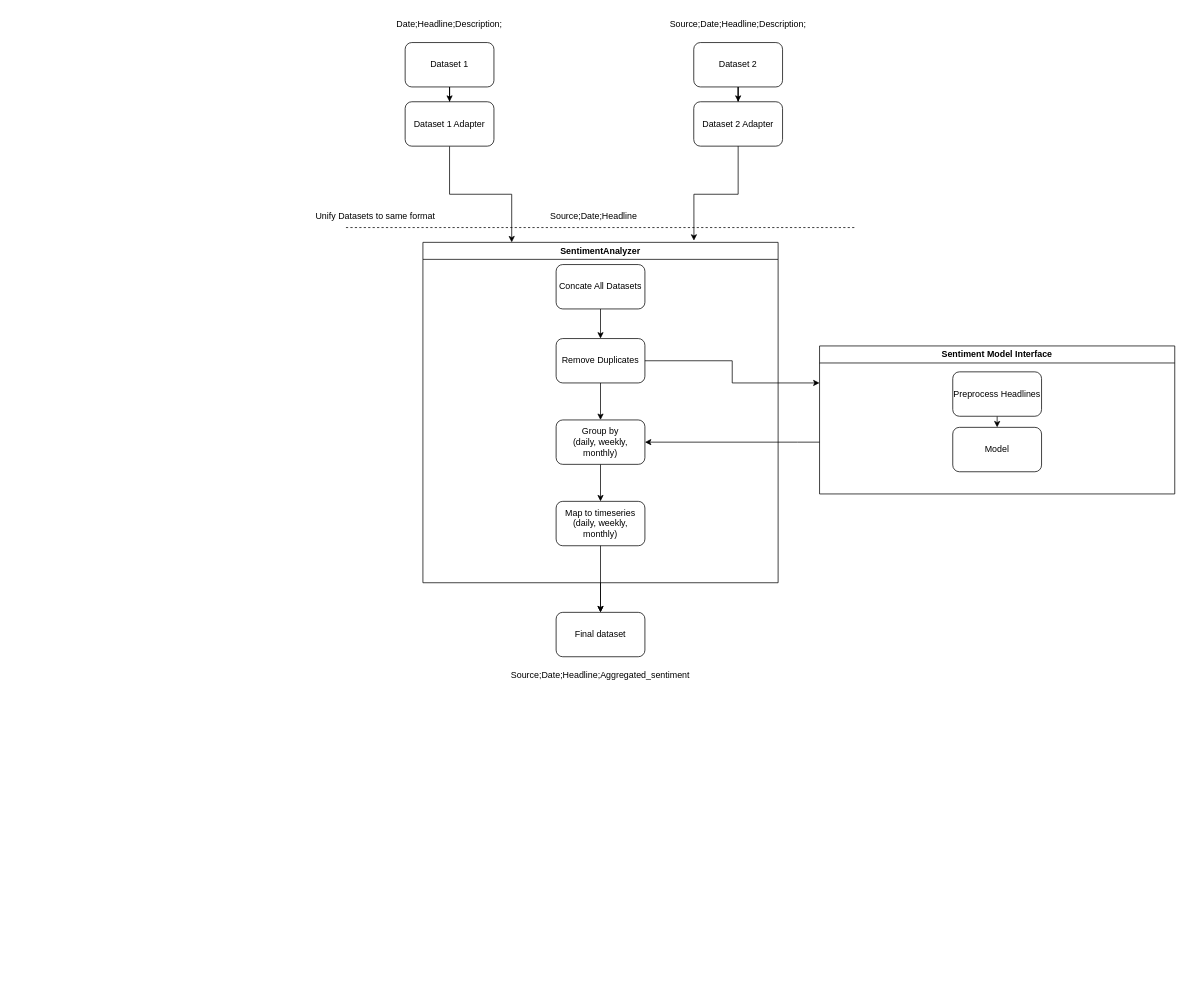
Above: FlowDiagram.drawio in Davidhoechtl/MAI_FinancialForecasting (draw.io), before the change. Source tidied: cells renumbered, new cells numbered last; positions are measured from the earlier drawing's top-left corner, leaving out a move shared by most shapes. Both pictures are drawn from the tidied source at 74%, with x=0, y=0 at pixel (301, 13).
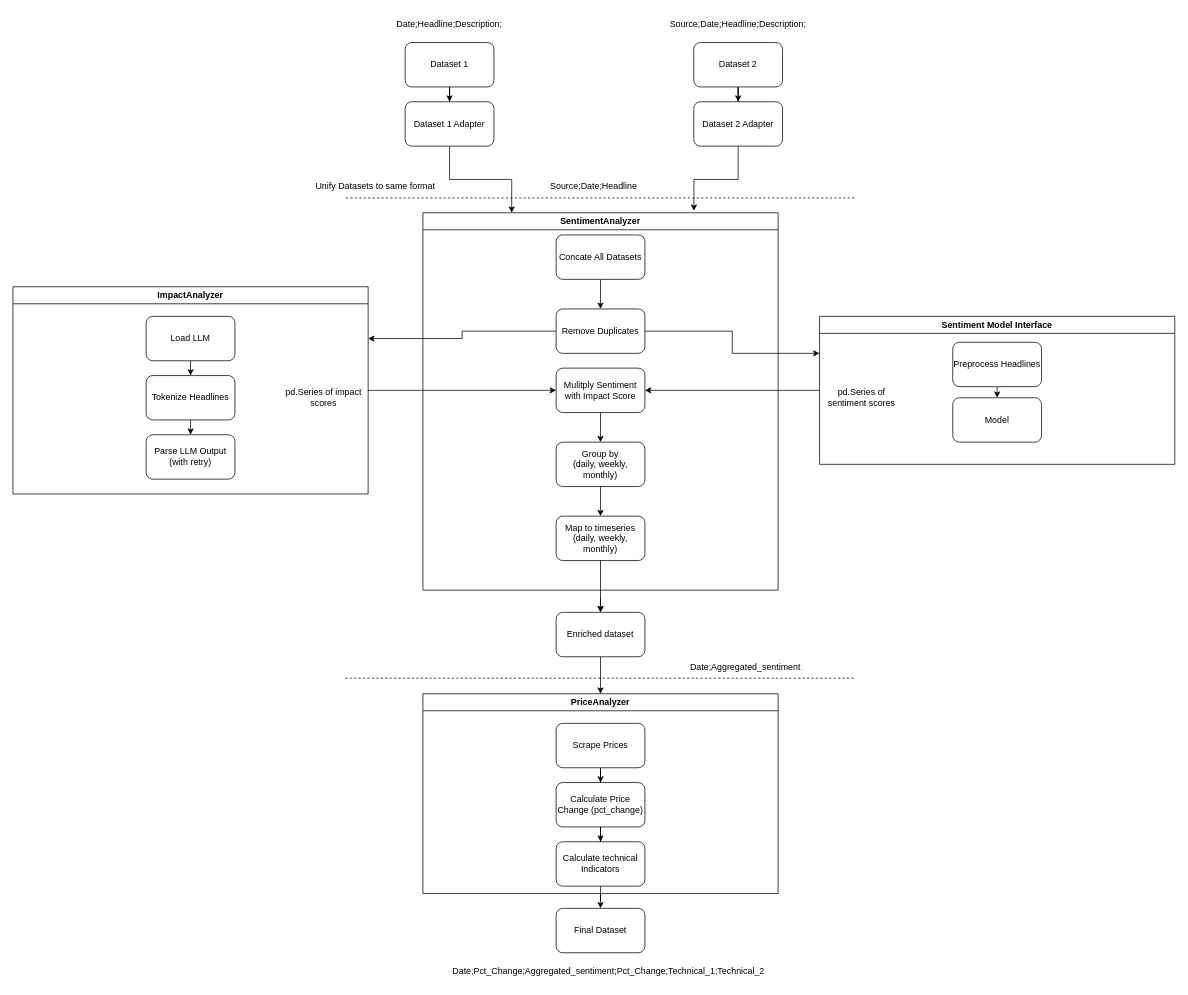
After the change.

The change refers to these unchanged cells:
```xml
<mxCell id="19" value="Remove Duplicates" style="rounded=1;whiteSpace=wrap;html=1;" parent="15" vertex="1">
  <mxGeometry x="180" y="130" width="120" height="60" as="geometry" />
</mxCell>
```

What changed in the source:
```diff
@@
     <mxCell id="10" style="endArrow=none;dashed=1;html=1;rounded=0;" parent="1" edge="1">
       <mxGeometry relative="1" as="geometry">
-        <mxPoint x="60" y="290" as="sourcePoint" />
-        <mxPoint x="750" y="290" as="targetPoint" />
+        <mxPoint x="60" y="250" as="sourcePoint" />
+        <mxPoint x="750" y="250" as="targetPoint" />
       </mxGeometry>
     </mxCell>
     <mxCell id="11" value="Unify Datasets to same format" style="text;html=1;whiteSpace=wrap;strokeColor=none;fillColor=none;align=center;verticalAlign=middle;rounded=0;" parent="1" vertex="1">
-      <mxGeometry y="260" width="200" height="30" as="geometry" />
+      <mxGeometry y="220" width="200" height="30" as="geometry" />
     </mxCell>
     <mxCell id="12" value="Source;Date;Headline" style="text;html=1;whiteSpace=wrap;strokeColor=none;fillColor=none;align=center;verticalAlign=middle;rounded=0;" parent="1" vertex="1">
-      <mxGeometry x="300" y="260" width="190" height="30" as="geometry" />
+      <mxGeometry x="300" y="220" width="190" height="30" as="geometry" />
     </mxCell>
@@
-    <mxCell id="14" style="edgeStyle=orthogonalEdgeStyle;rounded=0;jettySize=auto;html=1;entryX=0.5;entryY=0;entryDx=0;entryDy=0;" parent="1" edge="1" source="15" target="23">
-      <mxGeometry relative="1" as="geometry" />
+    <mxCell id="14" style="edgeStyle=orthogonalEdgeStyle;rounded=0;jettySize=auto;html=1;entryX=0.5;entryY=0;entryDx=0;entryDy=0;" parent="1" edge="1" target="23">
+      <mxGeometry relative="1" as="geometry">
+        <mxPoint x="404" y="790" as="sourcePoint" />
+      </mxGeometry>
     </mxCell>
     <mxCell id="15" value="SentimentAnalyzer" style="swimlane;whiteSpace=wrap;html=1;" parent="1" vertex="1">
-      <mxGeometry x="164" y="310" width="480" height="460" as="geometry" />
+      <mxGeometry x="164" y="270" width="480" height="510" as="geometry" />
     </mxCell>
@@
-    <mxCell id="18" style="edgeStyle=orthogonalEdgeStyle;rounded=0;jettySize=auto;html=1;entryX=0.5;entryY=0;entryDx=0;entryDy=0;" parent="15" edge="1" source="19" target="22">
-      <mxGeometry relative="1" as="geometry" />
-    </mxCell>
@@
     <mxCell id="20" value="Map to timeseries&lt;div&gt;(daily, weekly, monthly)&lt;/div&gt;" style="rounded=1;whiteSpace=wrap;html=1;" parent="15" vertex="1">
-      <mxGeometry x="180" y="350" width="120" height="60" as="geometry" />
+      <mxGeometry x="180" y="410" width="120" height="60" as="geometry" />
     </mxCell>
-    <mxCell id="21" style="edgeStyle=orthogonalEdgeStyle;rounded=0;jettySize=auto;html=1;exitX=0.5;exitY=1;exitDx=0;exitDy=0;entryX=0.5;entryY=0;entryDx=0;entryDy=0;" parent="15" edge="1" source="22" target="20">
+    <mxCell id="21" style="edgeStyle=orthogonalEdgeStyle;rounded=0;jettySize=auto;html=1;" parent="15" edge="1" source="22" target="20">
       <mxGeometry relative="1" as="geometry" />
     </mxCell>
     <mxCell id="22" value="Group by&lt;div&gt;(daily, weekly, monthly)&lt;/div&gt;" style="rounded=1;whiteSpace=wrap;html=1;" parent="15" vertex="1">
-      <mxGeometry x="180" y="240" width="120" height="60" as="geometry" />
+      <mxGeometry x="180" y="310" width="120" height="60" as="geometry" />
     </mxCell>
+    <mxCell id="33" style="edgeStyle=orthogonalEdgeStyle;rounded=0;jettySize=auto;html=1;exitX=0.5;exitY=1;exitDx=0;exitDy=0;entryX=0.5;entryY=0;entryDx=0;entryDy=0;" parent="15" edge="1" source="34" target="22">
+      <mxGeometry relative="1" as="geometry" />
+    </mxCell>
+    <mxCell id="34" value="Mulitply Sentiment with Impact Score" style="rounded=1;whiteSpace=wrap;html=1;" parent="15" vertex="1">
+      <mxGeometry x="180" y="210" width="120" height="60" as="geometry" />
+    </mxCell>
+    <mxCell id="35" style="edgeStyle=orthogonalEdgeStyle;rounded=0;jettySize=auto;html=1;exitX=0.5;exitY=1;exitDx=0;exitDy=0;entryX=0.5;entryY=0;entryDx=0;entryDy=0;" parent="1" edge="1" source="23" target="47">
+      <mxGeometry relative="1" as="geometry" />
+    </mxCell>
-    <mxCell id="23" value="Final dataset" style="rounded=1;whiteSpace=wrap;html=1;" parent="1" vertex="1">
+    <mxCell id="23" value="Enriched dataset" style="rounded=1;whiteSpace=wrap;html=1;" parent="1" vertex="1">
       <mxGeometry x="344" y="810" width="120" height="60" as="geometry" />
     </mxCell>
@@
-    <mxCell id="25" value="Source;Date;Headline;Aggregated_sentiment" style="text;html=1;whiteSpace=wrap;strokeColor=none;fillColor=none;align=center;verticalAlign=middle;rounded=0;" parent="1" vertex="1">
-      <mxGeometry x="309" y="880" width="190" height="30" as="geometry" />
+    <mxCell id="25" value="Date;Aggregated_sentiment" style="text;html=1;whiteSpace=wrap;strokeColor=none;fillColor=none;align=center;verticalAlign=middle;rounded=0;" parent="1" vertex="1">
+      <mxGeometry x="505" y="870" width="190" height="30" as="geometry" />
     </mxCell>
-    <mxCell id="26" style="edgeStyle=orthogonalEdgeStyle;rounded=0;jettySize=auto;html=1;entryX=1;entryY=0.5;entryDx=0;entryDy=0;" parent="1" edge="1" source="27" target="22">
-      <mxGeometry relative="1" as="geometry">
-        <Array as="points">
-          <mxPoint x="670" y="580" />
-          <mxPoint x="670" y="580" />
-        </Array>
-      </mxGeometry>
-    </mxCell>
+    <mxCell id="36" style="edgeStyle=orthogonalEdgeStyle;rounded=0;jettySize=auto;html=1;entryX=1;entryY=0.5;entryDx=0;entryDy=0;" parent="1" edge="1" source="27" target="34">
+      <mxGeometry relative="1" as="geometry" />
+    </mxCell>
     <mxCell id="27" value="Sentiment Model Interface" style="swimlane;whiteSpace=wrap;html=1;" parent="1" vertex="1">
-      <mxGeometry x="700" y="450" width="480" height="200" as="geometry" />
+      <mxGeometry x="700" y="410" width="480" height="200" as="geometry" />
     </mxCell>
@@
+    <mxCell id="37" value="pd.Series of sentiment scores" style="text;html=1;whiteSpace=wrap;strokeColor=none;fillColor=none;align=center;verticalAlign=middle;rounded=0;" parent="27" vertex="1">
+      <mxGeometry x="-3" y="95" width="120" height="30" as="geometry" />
+    </mxCell>
@@
+    <mxCell id="38" style="edgeStyle=orthogonalEdgeStyle;rounded=0;jettySize=auto;html=1;exitX=1;exitY=0.5;exitDx=0;exitDy=0;entryX=0;entryY=0.5;entryDx=0;entryDy=0;" parent="1" edge="1" source="39" target="34">
+      <mxGeometry relative="1" as="geometry" />
+    </mxCell>
+    <mxCell id="39" value="ImpactAnalyzer" style="swimlane;whiteSpace=wrap;html=1;" parent="1" vertex="1">
+      <mxGeometry x="-390" y="370" width="480" height="280" as="geometry" />
+    </mxCell>
+    <mxCell id="40" style="edgeStyle=orthogonalEdgeStyle;rounded=0;jettySize=auto;html=1;exitX=0.5;exitY=1;exitDx=0;exitDy=0;entryX=0.5;entryY=0;entryDx=0;entryDy=0;" parent="39" edge="1" source="41" target="43">
+      <mxGeometry relative="1" as="geometry" />
+    </mxCell>
+    <mxCell id="41" value="Load LLM" style="rounded=1;whiteSpace=wrap;html=1;" parent="39" vertex="1">
+      <mxGeometry x="180" y="40" width="120" height="60" as="geometry" />
+    </mxCell>
+    <mxCell id="42" style="edgeStyle=orthogonalEdgeStyle;rounded=0;jettySize=auto;html=1;exitX=0.5;exitY=1;exitDx=0;exitDy=0;entryX=0.5;entryY=0;entryDx=0;entryDy=0;" parent="39" edge="1" source="43" target="44">
+      <mxGeometry relative="1" as="geometry" />
+    </mxCell>
+    <mxCell id="43" value="Tokenize Headlines" style="rounded=1;whiteSpace=wrap;html=1;" parent="39" vertex="1">
+      <mxGeometry x="180" y="120" width="120" height="60" as="geometry" />
+    </mxCell>
+    <mxCell id="44" value="Parse LLM Output&lt;div&gt;(with retry)&lt;/div&gt;" style="rounded=1;whiteSpace=wrap;html=1;" parent="39" vertex="1">
+      <mxGeometry x="180" y="200" width="120" height="60" as="geometry" />
+    </mxCell>
+    <mxCell id="45" value="pd.Series of impact scores" style="text;html=1;whiteSpace=wrap;strokeColor=none;fillColor=none;align=center;verticalAlign=middle;rounded=0;" parent="39" vertex="1">
+      <mxGeometry x="360" y="135" width="120" height="30" as="geometry" />
+    </mxCell>
+    <mxCell id="46" style="edgeStyle=orthogonalEdgeStyle;rounded=0;jettySize=auto;html=1;entryX=1;entryY=0.25;entryDx=0;entryDy=0;" parent="1" edge="1" source="19" target="39">
+      <mxGeometry relative="1" as="geometry" />
+    </mxCell>
+    <mxCell id="47" value="PriceAnalyzer" style="swimlane;whiteSpace=wrap;html=1;" parent="1" vertex="1">
+      <mxGeometry x="164" y="920" width="480" height="270" as="geometry" />
+    </mxCell>
+    <mxCell id="48" style="edgeStyle=orthogonalEdgeStyle;rounded=0;jettySize=auto;html=1;entryX=0.5;entryY=0;entryDx=0;entryDy=0;" parent="47" edge="1" source="49" target="50">
+      <mxGeometry relative="1" as="geometry" />
+    </mxCell>
+    <mxCell id="49" value="Scrape Prices" style="rounded=1;whiteSpace=wrap;html=1;" parent="47" vertex="1">
+      <mxGeometry x="180" y="40" width="120" height="60" as="geometry" />
+    </mxCell>
+    <mxCell id="50" value="Calculate Price Change (pct_change)" style="rounded=1;whiteSpace=wrap;html=1;" parent="47" vertex="1">
+      <mxGeometry x="180" y="120" width="120" height="60" as="geometry" />
+    </mxCell>
+    <mxCell id="51" value="Calculate technical Indicators" style="rounded=1;whiteSpace=wrap;html=1;" parent="47" vertex="1">
+      <mxGeometry x="180" y="200" width="120" height="60" as="geometry" />
+    </mxCell>
+    <mxCell id="52" style="edgeStyle=orthogonalEdgeStyle;rounded=0;jettySize=auto;html=1;" parent="47" edge="1" source="50" target="51">
+      <mxGeometry relative="1" as="geometry" />
+    </mxCell>
+    <mxCell id="53" style="endArrow=none;dashed=1;html=1;rounded=0;" parent="1" edge="1">
+      <mxGeometry relative="1" as="geometry">
+        <mxPoint x="59" y="899" as="sourcePoint" />
+        <mxPoint x="749" y="899" as="targetPoint" />
+      </mxGeometry>
+    </mxCell>
+    <mxCell id="54" value="Final Dataset" style="rounded=1;whiteSpace=wrap;html=1;" parent="1" vertex="1">
+      <mxGeometry x="344" y="1210" width="120" height="60" as="geometry" />
+    </mxCell>
+    <mxCell id="55" style="edgeStyle=orthogonalEdgeStyle;rounded=0;jettySize=auto;html=1;" parent="1" edge="1" source="51" target="54">
+      <mxGeometry relative="1" as="geometry" />
+    </mxCell>
+    <mxCell id="56" value="Date;Pct_Change;Aggregated_sentiment;Pct_Change;Technical_1;Technical_2" style="text;html=1;whiteSpace=wrap;strokeColor=none;fillColor=none;align=center;verticalAlign=middle;rounded=0;" parent="1" vertex="1">
+      <mxGeometry x="320" y="1280" width="190" height="30" as="geometry" />
+    </mxCell>
```
